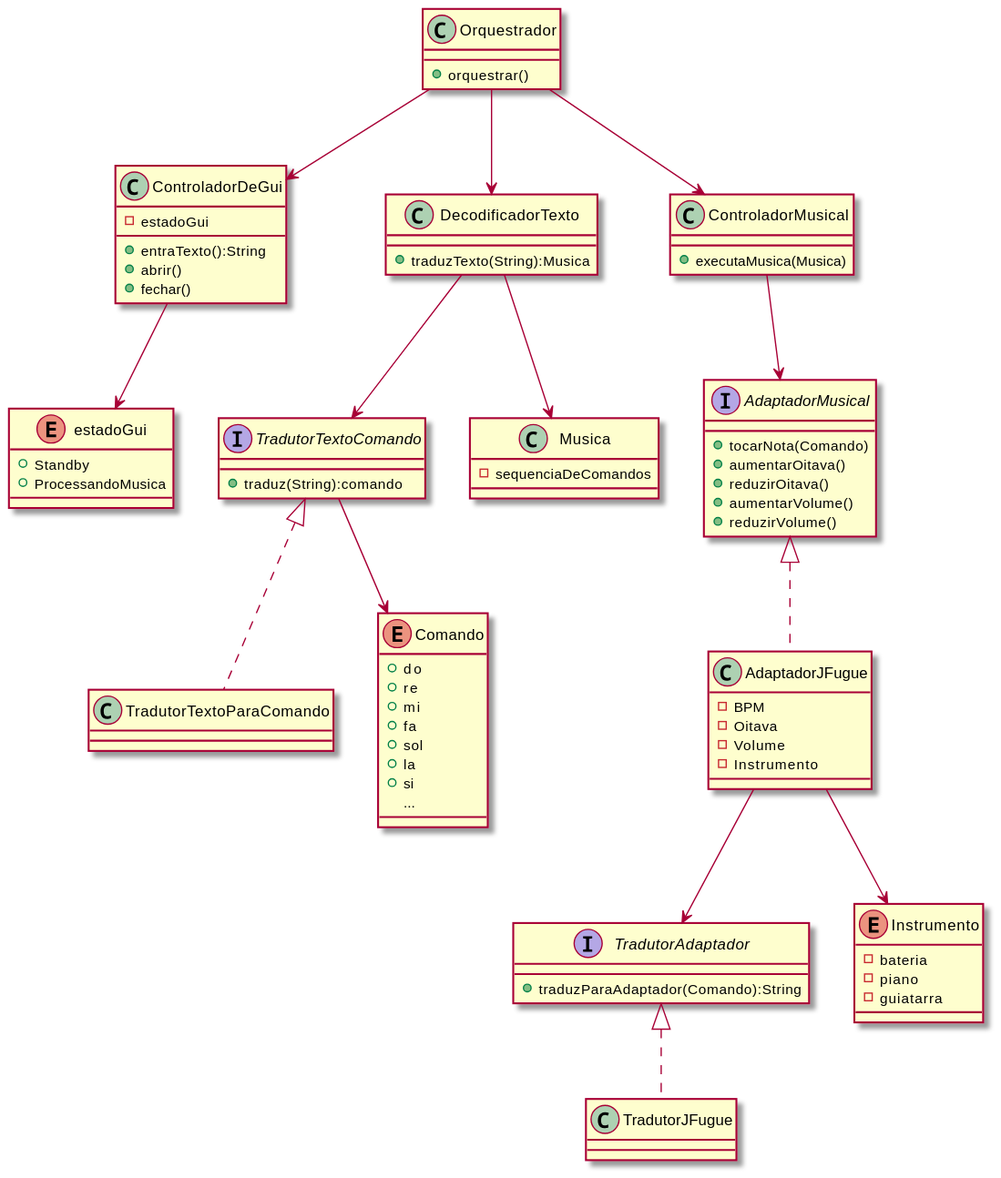
Earlier version of the PlantUML export out/diagramaDeClasses/classes.svg (JoaoCosme/TCP). The source it was exported from:
```plantuml
@startuml classes

class Orquestrador{
    + orquestrar()
}

class ControladorDeGui{
    - estadoGui
    + entraTexto():String
    + abrir()
    + fechar()
}

enum estadoGui{
    + Standby
    + ProcessandoMusica
}

class DecodificadorTexto{
    + traduzTexto(String):Musica
}

interface TradutorTextoComando{
    + traduz(String):comando
}

class TradutorTextoParaComando implements TradutorTextoComando{}

class ControladorMusical{
    + executaMusica(Musica)
}

interface AdaptadorMusical{
    + tocarNota(Comando)
    + aumentarOitava()
    + reduzirOitava()
    + aumentarVolume()
    + reduzirVolume()
}

class AdaptadorJFugue implements AdaptadorMusical{
    - BPM
    - Oitava
    - Volume
    - Instrumento
}

interface TradutorAdaptador{
    + traduzParaAdaptador(Comando):String
}

class TradutorJFugue implements TradutorAdaptador{

}

enum Instrumento{
    - bateria
    - piano
    - guiatarra
}

enum Comando{
    + do
    + re
    + mi
    + fa
    + sol
    + la
    + si
    ...
}

class Musica{
    - sequenciaDeComandos
}


Orquestrador --> DecodificadorTexto
Orquestrador --> ControladorMusical
Orquestrador --> ControladorDeGui
DecodificadorTexto --> TradutorTextoComando
DecodificadorTexto --> Musica
ControladorMusical --> AdaptadorMusical
TradutorTextoComando --> Comando
ControladorDeGui --> estadoGui
AdaptadorJFugue --> Instrumento
AdaptadorJFugue --> TradutorAdaptador


@enduml
```
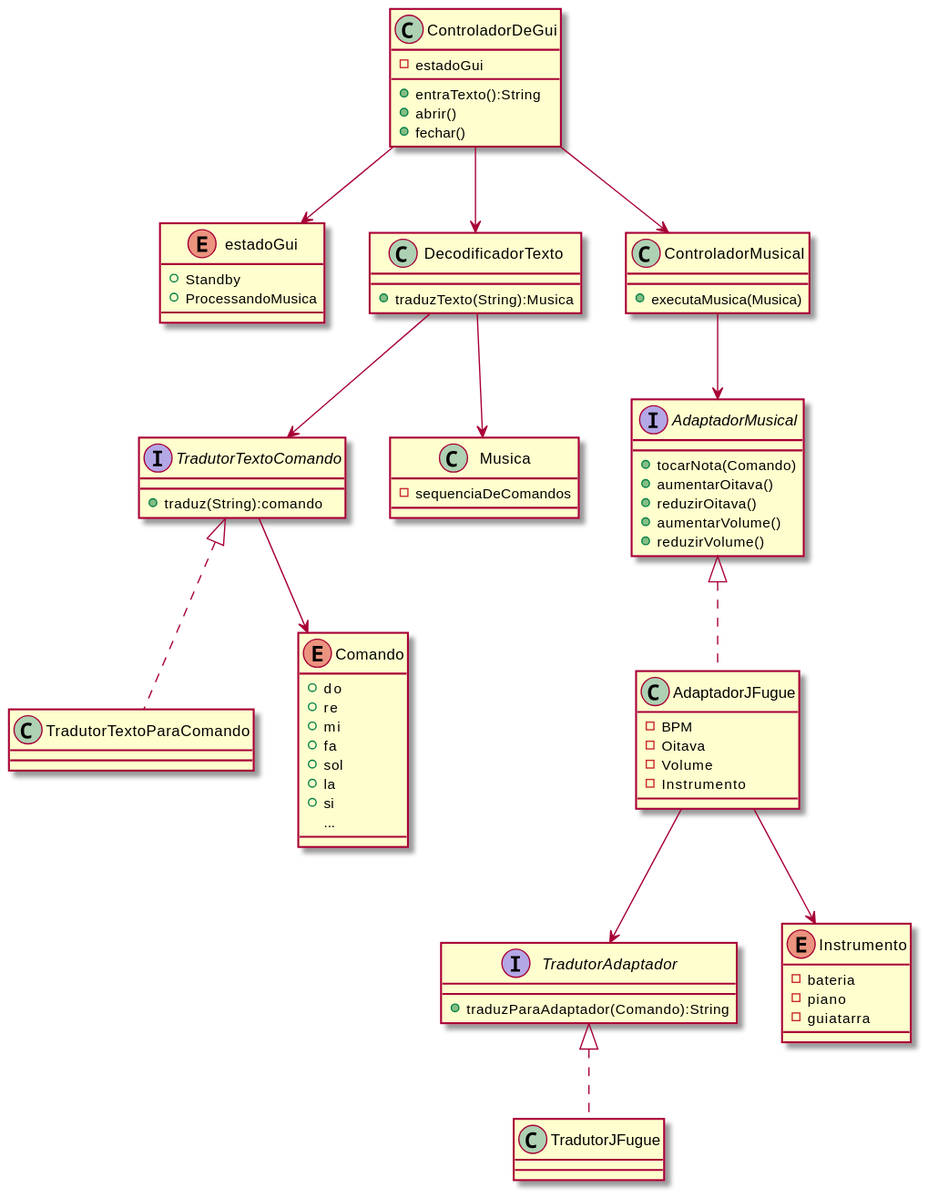
After the change.

Commit message:
Atualizado diagrama de classes

Change to the diagram source:
```diff
@@ -1,8 +1,4 @@
 @startuml classes
-
-class Orquestrador{
-    + orquestrar()
-}
 
 class ControladorDeGui{
     - estadoGui
@@ -75,9 +71,8 @@
 }
 
 
-Orquestrador --> DecodificadorTexto
-Orquestrador --> ControladorMusical
-Orquestrador --> ControladorDeGui
+ControladorDeGui --> DecodificadorTexto
+ControladorDeGui --> ControladorMusical
 DecodificadorTexto --> TradutorTextoComando
 DecodificadorTexto --> Musica
 ControladorMusical --> AdaptadorMusical
```
